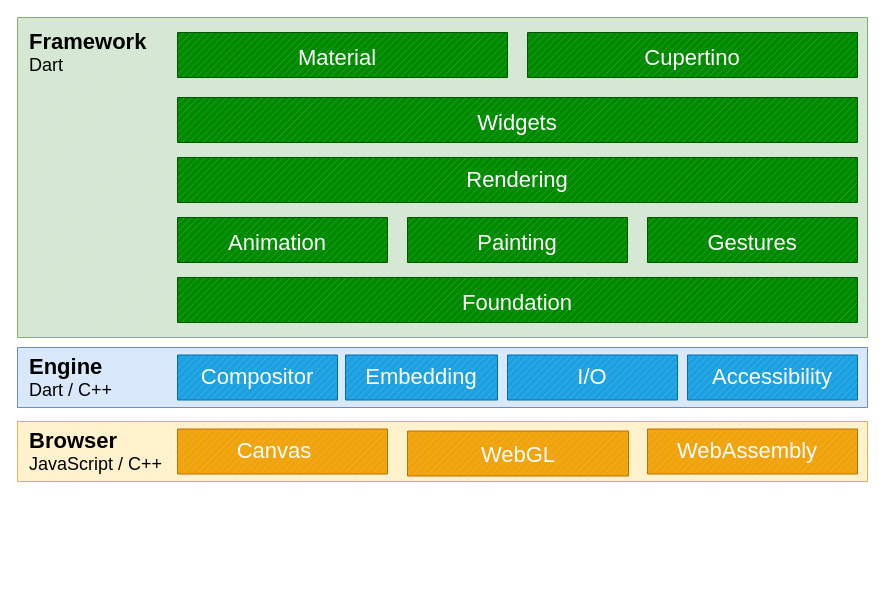
Above: diagrams/resources/web-framework-diagram.drawio in flutter/website (draw.io), before the change. Source tidied: cells renumbered, new cells numbered last; positions are measured from the earlier drawing's top-left corner, leaving out a move shared by most shapes. Both pictures are drawn from the tidied source at 100%, with x=0, y=0 at pixel (17, 17).
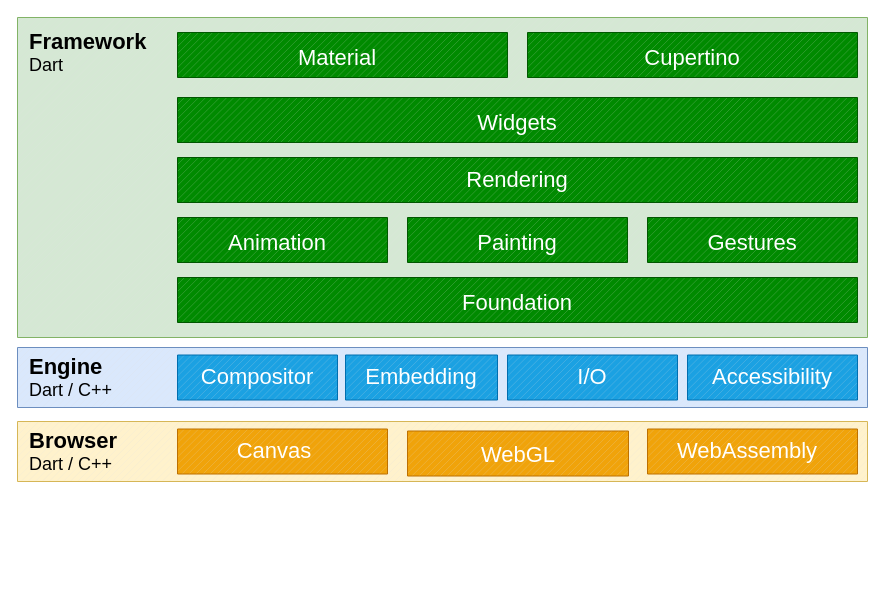
After the change.

Commit message (it also covers changes not shown here):
Oops, forgot to update the diagram

Change to the diagram source:
```diff
@@
-    <mxCell id="6" value="&lt;font style=&quot;font-size: 22px;&quot;&gt;&lt;b&gt;Browser&lt;/b&gt;&lt;/font&gt;&lt;div&gt;&lt;font style=&quot;font-size: 18px;&quot;&gt;JavaScript / C++&lt;/font&gt;&lt;/div&gt;" style="text;html=1;align=left;verticalAlign=middle;whiteSpace=wrap;rounded=0;" parent="1" vertex="1">
+    <mxCell id="6" value="&lt;font style=&quot;font-size: 22px;&quot;&gt;&lt;b&gt;Browser&lt;/b&gt;&lt;/font&gt;&lt;div&gt;&lt;font style=&quot;font-size: 18px;&quot;&gt;Dart / C++&lt;/font&gt;&lt;/div&gt;" style="text;html=1;align=left;verticalAlign=middle;whiteSpace=wrap;rounded=0;" parent="1" vertex="1">
       <mxGeometry x="10" y="419" width="150" height="30" as="geometry" />
     </mxCell>
```
